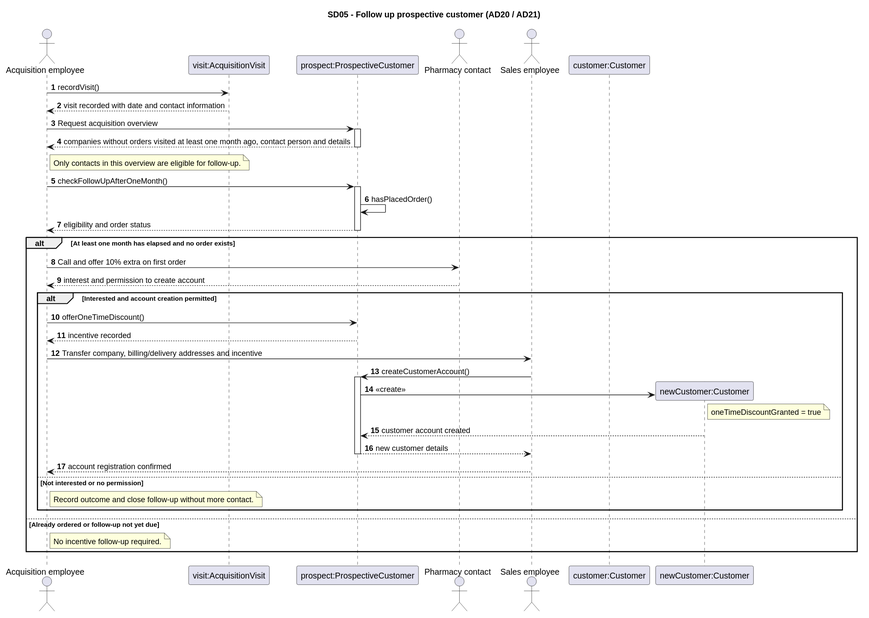
Above: Documentation/Architecture/uml/export/sequence_diagrams/SD05_PotentieleKlantGeenBestelling.svg in ViktorQorri/Project-Timaflu (PlantUML), before the change.
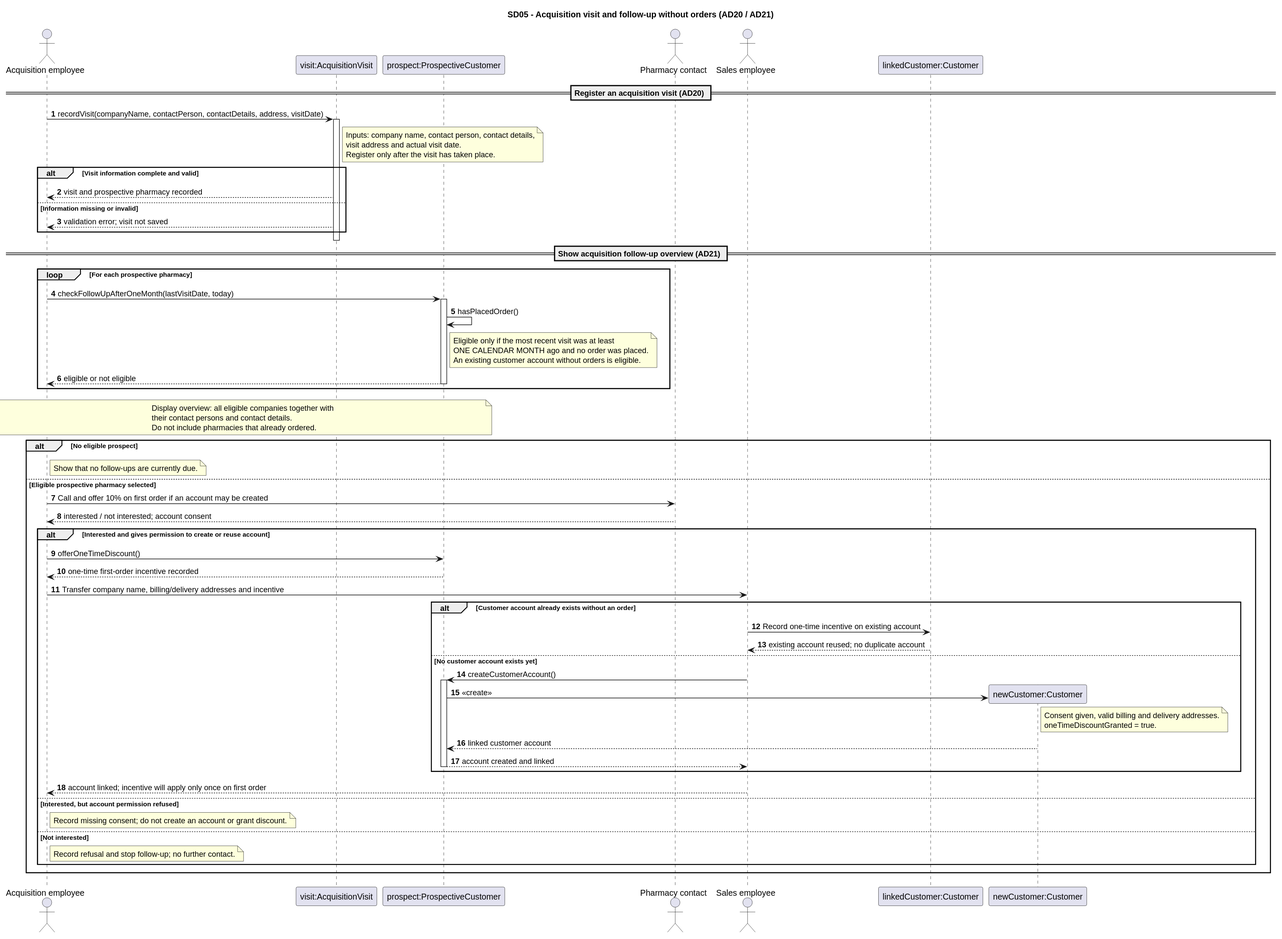
After the change.

Change to the diagram source:
```diff
@@ -1,44 +1,78 @@
 @startuml
-title SD05 - Follow up prospective customer (AD20 / AD21)
+title SD05 - Acquisition visit and follow-up without orders (AD20 / AD21)
 autonumber
+
 actor "Acquisition employee" as Acquisition
 participant "visit:AcquisitionVisit" as Visit
 participant "prospect:ProspectiveCustomer" as Prospect
 actor "Pharmacy contact" as Pharmacy
 actor "Sales employee" as Sales
-participant "customer:Customer" as Customer
-Acquisition -> Visit: recordVisit()
-Visit --> Acquisition: visit recorded with date and contact information
-Acquisition -> Prospect: Request acquisition overview
-activate Prospect
-Prospect --> Acquisition: companies without orders visited at least one month ago, contact person and details
-deactivate Prospect
-note right of Acquisition: Only contacts in this overview are eligible for follow-up.
-Acquisition -> Prospect: checkFollowUpAfterOneMonth()
-activate Prospect
-Prospect -> Prospect: hasPlacedOrder()
-Prospect --> Acquisition: eligibility and order status
-deactivate Prospect
-alt At least one month has elapsed and no order exists
-  Acquisition -> Pharmacy: Call and offer 10% extra on first order
-  Pharmacy --> Acquisition: interest and permission to create account
-  alt Interested and account creation permitted
+participant "linkedCustomer:Customer" as ExistingCustomer
+
+== Register an acquisition visit (AD20) ==
+Acquisition -> Visit: recordVisit(companyName, contactPerson, contactDetails, address, visitDate)
+activate Visit
+note right of Visit
+  Inputs: company name, contact person, contact details,
+  visit address and actual visit date.
+  Register only after the visit has taken place.
+end note
+alt Visit information complete and valid
+  Visit --> Acquisition: visit and prospective pharmacy recorded
+else Information missing or invalid
+  Visit --> Acquisition: validation error; visit not saved
+end
+deactivate Visit
+
+== Show acquisition follow-up overview (AD21) ==
+loop For each prospective pharmacy
+  Acquisition -> Prospect: checkFollowUpAfterOneMonth(lastVisitDate, today)
+  activate Prospect
+  Prospect -> Prospect: hasPlacedOrder()
+  note right of Prospect
+    Eligible only if the most recent visit was at least
+    ONE CALENDAR MONTH ago and no order was placed.
+    An existing customer account without orders is eligible.
+  end note
+  Prospect --> Acquisition: eligible or not eligible
+  deactivate Prospect
+end
+note over Acquisition, Prospect
+  Display overview: all eligible companies together with
+  their contact persons and contact details.
+  Do not include pharmacies that already ordered.
+end note
+
+alt No eligible prospect
+  note right of Acquisition: Show that no follow-ups are currently due.
+else Eligible prospective pharmacy selected
+  Acquisition -> Pharmacy: Call and offer 10% on first order if an account may be created
+  Pharmacy --> Acquisition: interested / not interested; account consent
+  alt Interested and gives permission to create or reuse account
     Acquisition -> Prospect: offerOneTimeDiscount()
-    Prospect --> Acquisition: incentive recorded
-    Acquisition -> Sales: Transfer company, billing/delivery addresses and incentive
-    Sales -> Prospect: createCustomerAccount()
-    activate Prospect
-    create participant "newCustomer:Customer" as NewCustomer
-    Prospect -> NewCustomer: <<create>>
-    note right of NewCustomer: oneTimeDiscountGranted = true
-    NewCustomer --> Prospect: customer account created
-    Prospect --> Sales: new customer details
-    deactivate Prospect
-    Sales --> Acquisition: account registration confirmed
-  else Not interested or no permission
-    note right of Acquisition: Record outcome and close follow-up without more contact.
+    Prospect --> Acquisition: one-time first-order incentive recorded
+    Acquisition -> Sales: Transfer company name, billing/delivery addresses and incentive
+    alt Customer account already exists without an order
+      Sales -> ExistingCustomer: Record one-time incentive on existing account
+      ExistingCustomer --> Sales: existing account reused; no duplicate account
+    else No customer account exists yet
+      Sales -> Prospect: createCustomerAccount()
+      activate Prospect
+      create participant "newCustomer:Customer" as NewCustomer
+      Prospect -> NewCustomer: <<create>>
+      note right of NewCustomer
+        Consent given, valid billing and delivery addresses.
+        oneTimeDiscountGranted = true.
+      end note
+      NewCustomer --> Prospect: linked customer account
+      Prospect --> Sales: account created and linked
+      deactivate Prospect
+    end
+    Sales --> Acquisition: account linked; incentive will apply only once on first order
+  else Interested, but account permission refused
+    note right of Acquisition: Record missing consent; do not create an account or grant discount.
+  else Not interested
+    note right of Acquisition: Record refusal and stop follow-up; no further contact.
   end
-else Already ordered or follow-up not yet due
-  note right of Acquisition: No incentive follow-up required.
 end
 @enduml
```
